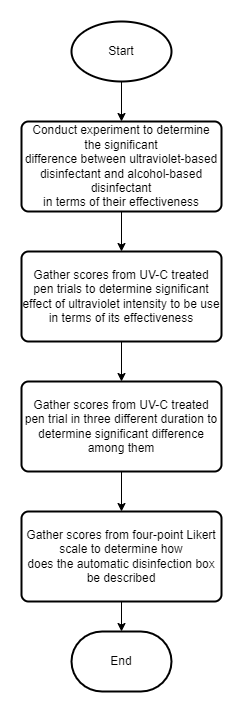
MMSaralde/Computer-Engineering-Practice-and-Design-2 keeps this draw.io diagram as March 3, 2022/Flowcharts/research design flowchart.drawio.png. Above is the earlier version. Source tidied: cells renumbered, new cells last; positions are measured from the earlier drawing's top-left corner, leaving out a move shared by most shapes.
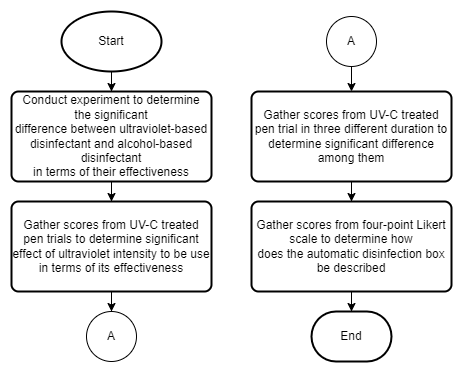
The same file after the commit.

Change to the diagram source:
```diff
@@ -6,34 +6,43 @@
       <mxGeometry relative="1" as="geometry" />
     </mxCell>
     <mxCell id="3" value="Start" style="strokeWidth=2;html=1;shape=mxgraph.flowchart.start_1;whiteSpace=wrap;align=center;" parent="1" vertex="1">
-      <mxGeometry x="50" width="100" height="60" as="geometry" />
+      <mxGeometry x="50" y="20" width="100" height="60" as="geometry" />
     </mxCell>
-    <mxCell id="4" style="edgeStyle=orthogonalEdgeStyle;rounded=0;jettySize=auto;html=1;fontSize=12;" parent="1" edge="1" source="5" target="7">
+    <mxCell id="4" style="edgeStyle=orthogonalEdgeStyle;rounded=0;jettySize=auto;html=1;" parent="1" edge="1" source="5" target="7">
       <mxGeometry relative="1" as="geometry" />
     </mxCell>
     <mxCell id="5" value="&lt;font style=&quot;font-size: 12px;&quot;&gt;Conduct experiment to determine the&amp;nbsp;&lt;span style=&quot;font-family: Arial, sans-serif;&quot; lang=&quot;EN-US&quot;&gt;significant&lt;br&gt;difference between ultraviolet-based disinfectant and alcohol-based disinfectant&lt;br&gt;in terms of their effectiveness&lt;/span&gt;&lt;/font&gt;" style="rounded=1;whiteSpace=wrap;html=1;absoluteArcSize=1;arcSize=14;strokeWidth=2;align=center;" parent="1" vertex="1">
       <mxGeometry y="100" width="200" height="90" as="geometry" />
     </mxCell>
-    <mxCell id="6" style="edgeStyle=orthogonalEdgeStyle;rounded=0;jettySize=auto;html=1;fontSize=12;" parent="1" edge="1" source="7" target="9">
-      <mxGeometry relative="1" as="geometry" />
-    </mxCell>
-    <mxCell id="7" value="&lt;font style=&quot;font-size: 12px;&quot;&gt;Gather scores from UV-C treated pen trials to determine&amp;nbsp;&lt;span style=&quot;font-family: Arial, sans-serif;&quot; lang=&quot;EN-US&quot;&gt;significant&lt;br&gt;effect of ultraviolet intensity to be use in terms of its effectiveness&lt;/span&gt;&lt;/font&gt;" style="rounded=1;whiteSpace=wrap;html=1;absoluteArcSize=1;arcSize=14;strokeWidth=2;fontSize=12;align=center;" parent="1" vertex="1">
-      <mxGeometry y="230" width="200" height="90" as="geometry" />
-    </mxCell>
-    <mxCell id="8" style="edgeStyle=orthogonalEdgeStyle;rounded=0;jettySize=auto;html=1;fontSize=12;" parent="1" edge="1" source="9" target="11">
+    <mxCell id="8" style="edgeStyle=orthogonalEdgeStyle;rounded=0;jettySize=auto;html=1;" parent="1" edge="1" source="9" target="11">
       <mxGeometry relative="1" as="geometry" />
     </mxCell>
     <mxCell id="9" value="Gather scores from UV-C treated pen trial in three different duration to determine significant difference among them" style="rounded=1;whiteSpace=wrap;html=1;absoluteArcSize=1;arcSize=14;strokeWidth=2;fontSize=12;align=center;" parent="1" vertex="1">
-      <mxGeometry y="360" width="200" height="90" as="geometry" />
+      <mxGeometry x="240" y="100" width="200" height="90" as="geometry" />
     </mxCell>
+    <mxCell id="12" value="End" style="strokeWidth=2;html=1;shape=mxgraph.flowchart.terminator;whiteSpace=wrap;fontSize=12;align=center;" parent="1" vertex="1">
+      <mxGeometry x="300" y="320" width="80" height="50" as="geometry" />
+    </mxCell>
+    <mxCell id="13" value="A" style="ellipse;whiteSpace=wrap;html=1;" parent="1" vertex="1">
+      <mxGeometry x="75" y="320" width="50" height="50" as="geometry" />
+    </mxCell>
+    <mxCell id="14" style="edgeStyle=orthogonalEdgeStyle;rounded=0;jettySize=auto;html=1;" parent="1" edge="1" source="7" target="13">
+      <mxGeometry relative="1" as="geometry" />
+    </mxCell>
+    <mxCell id="7" value="&lt;font style=&quot;font-size: 12px;&quot;&gt;Gather scores from UV-C treated pen trials to determine&amp;nbsp;&lt;span style=&quot;font-family: Arial, sans-serif;&quot; lang=&quot;EN-US&quot;&gt;significant&lt;br&gt;effect of ultraviolet intensity to be use in terms of its effectiveness&lt;/span&gt;&lt;/font&gt;" style="rounded=1;whiteSpace=wrap;html=1;absoluteArcSize=1;arcSize=14;strokeWidth=2;fontSize=12;align=center;" parent="1" vertex="1">
+      <mxGeometry y="210" width="200" height="90" as="geometry" />
+    </mxCell>
-    <mxCell id="10" style="edgeStyle=orthogonalEdgeStyle;rounded=0;jettySize=auto;html=1;fontSize=12;" parent="1" edge="1" source="11" target="12">
+    <mxCell id="10" style="edgeStyle=orthogonalEdgeStyle;rounded=0;jettySize=auto;html=1;" parent="1" edge="1" source="11" target="12">
       <mxGeometry relative="1" as="geometry" />
     </mxCell>
     <mxCell id="11" value="Gather scores from four-point Likert scale to determine h&lt;span lang=&quot;EN-US&quot;&gt;ow&lt;br&gt;does the automatic disinfection box be described&lt;/span&gt;" style="rounded=1;whiteSpace=wrap;html=1;absoluteArcSize=1;arcSize=14;strokeWidth=2;fontSize=12;align=center;" parent="1" vertex="1">
-      <mxGeometry y="490" width="200" height="90" as="geometry" />
+      <mxGeometry x="240" y="210" width="200" height="90" as="geometry" />
     </mxCell>
-    <mxCell id="12" value="End" style="strokeWidth=2;html=1;shape=mxgraph.flowchart.terminator;whiteSpace=wrap;fontSize=12;align=center;" parent="1" vertex="1">
-      <mxGeometry x="50" y="610" width="100" height="60" as="geometry" />
-    </mxCell>
+    <mxCell id="15" style="edgeStyle=orthogonalEdgeStyle;rounded=0;jettySize=auto;html=1;" parent="1" edge="1" source="16" target="9">
+      <mxGeometry relative="1" as="geometry" />
+    </mxCell>
+    <mxCell id="16" value="A" style="ellipse;whiteSpace=wrap;html=1;" parent="1" vertex="1">
+      <mxGeometry x="315" y="25" width="50" height="50" as="geometry" />
+    </mxCell>
   </root>
 </mxGraphModel>
```
